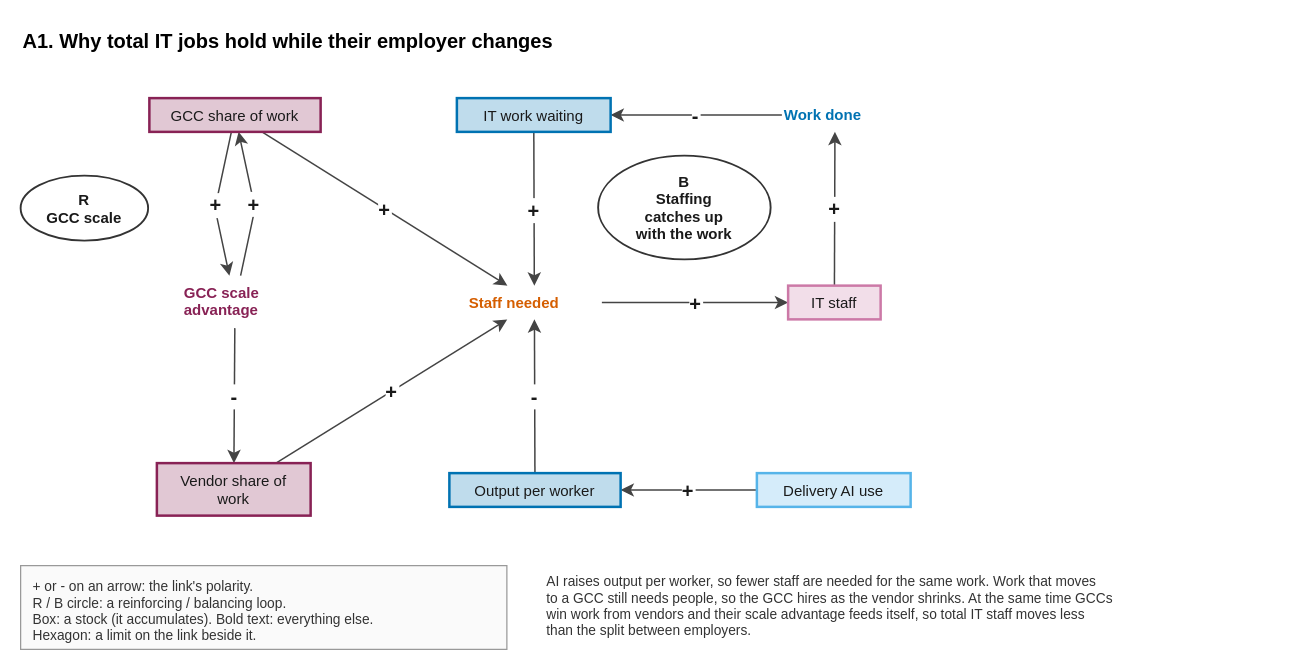
This is docs/model/diagrams/article-a1.drawio from stravoris-tech/ai-it-labour-sim, a draw.io file, before an edit. Source tidied: cells renumbered, new cells numbered last; positions are measured from the earlier drawing's top-left corner, leaving out a move shared by most shapes. Both pictures are drawn from the tidied source at 125%, with x=0, y=0 at pixel (20, 20).
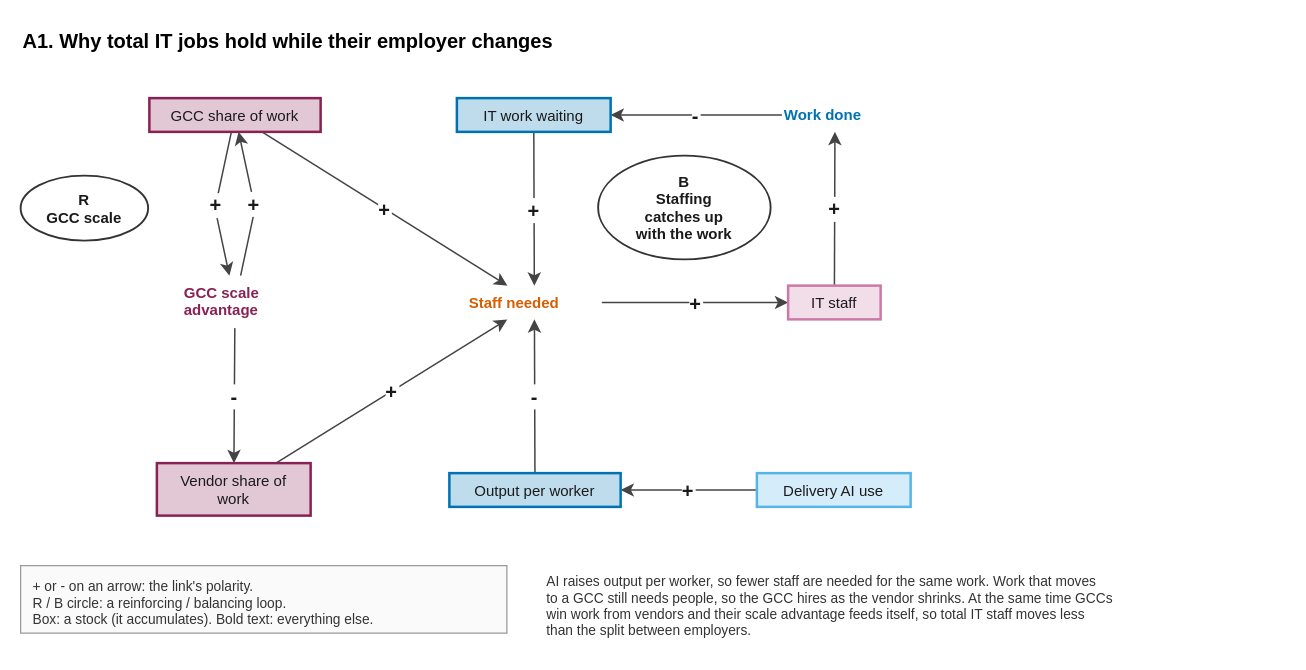
The same diagram, later.

Diff of the diagram source:
```diff
@@
-    <mxCell id="25" value="+ or - on an arrow: the link's polarity.&#10;R / B circle: a reinforcing / balancing loop.&#10;Box: a stock (it accumulates). Bold text: everything else.&#10;Hexagon: a limit on the link beside it." style="html=0;fontFamily=Helvetica;fontSize=12;text;align=left;verticalAlign=top;spacingLeft=8;spacingTop=4;fontSize=11;strokeColor=#999999;fillColor=#FAFAFA;fontColor=#333333;" parent="1" vertex="1">
-      <mxGeometry y="436" width="389" height="67" as="geometry" />
+    <mxCell id="25" value="+ or - on an arrow: the link's polarity.&#10;R / B circle: a reinforcing / balancing loop.&#10;Box: a stock (it accumulates). Bold text: everything else." style="html=0;fontFamily=Helvetica;fontSize=12;text;align=left;verticalAlign=top;spacingLeft=8;spacingTop=4;fontSize=11;strokeColor=#999999;fillColor=#FAFAFA;fontColor=#333333;" parent="1" vertex="1">
+      <mxGeometry y="436" width="389" height="54" as="geometry" />
     </mxCell>
```
